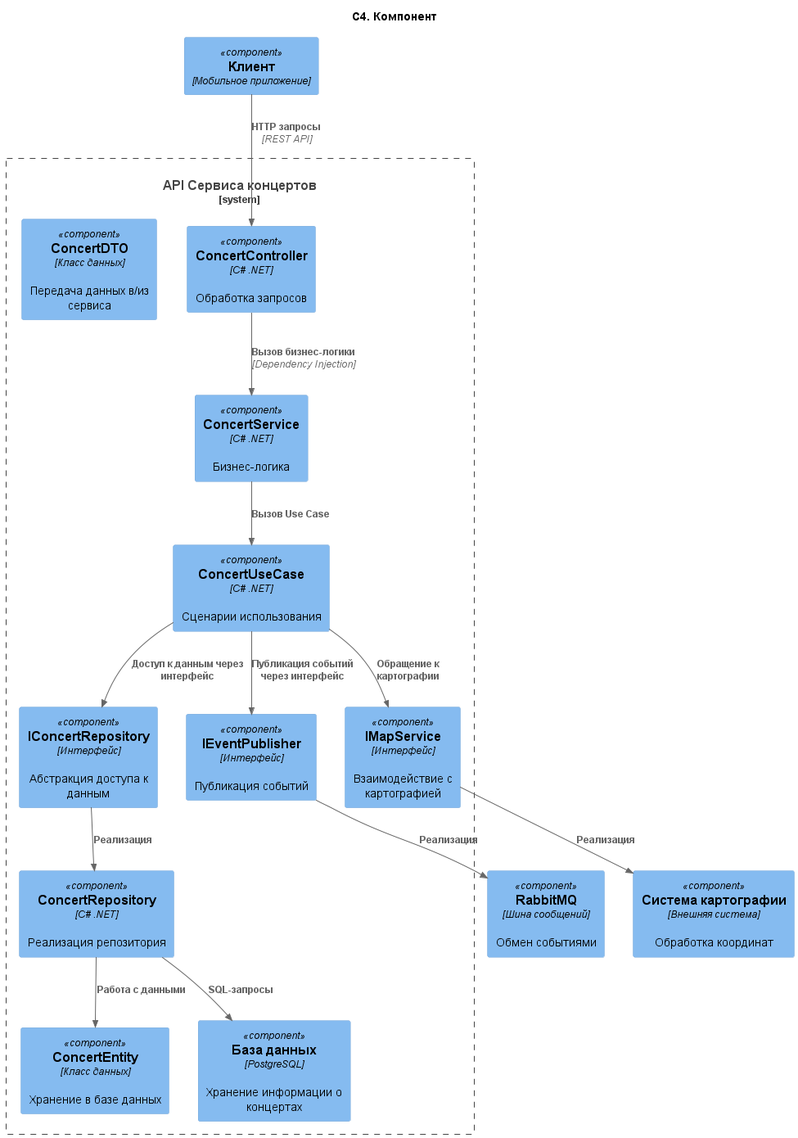
amfunNylord/rtpo keeps this PlantUML diagram as out/2. Технический проект/3_component/C4. Компонент.png. Above is the earlier version.
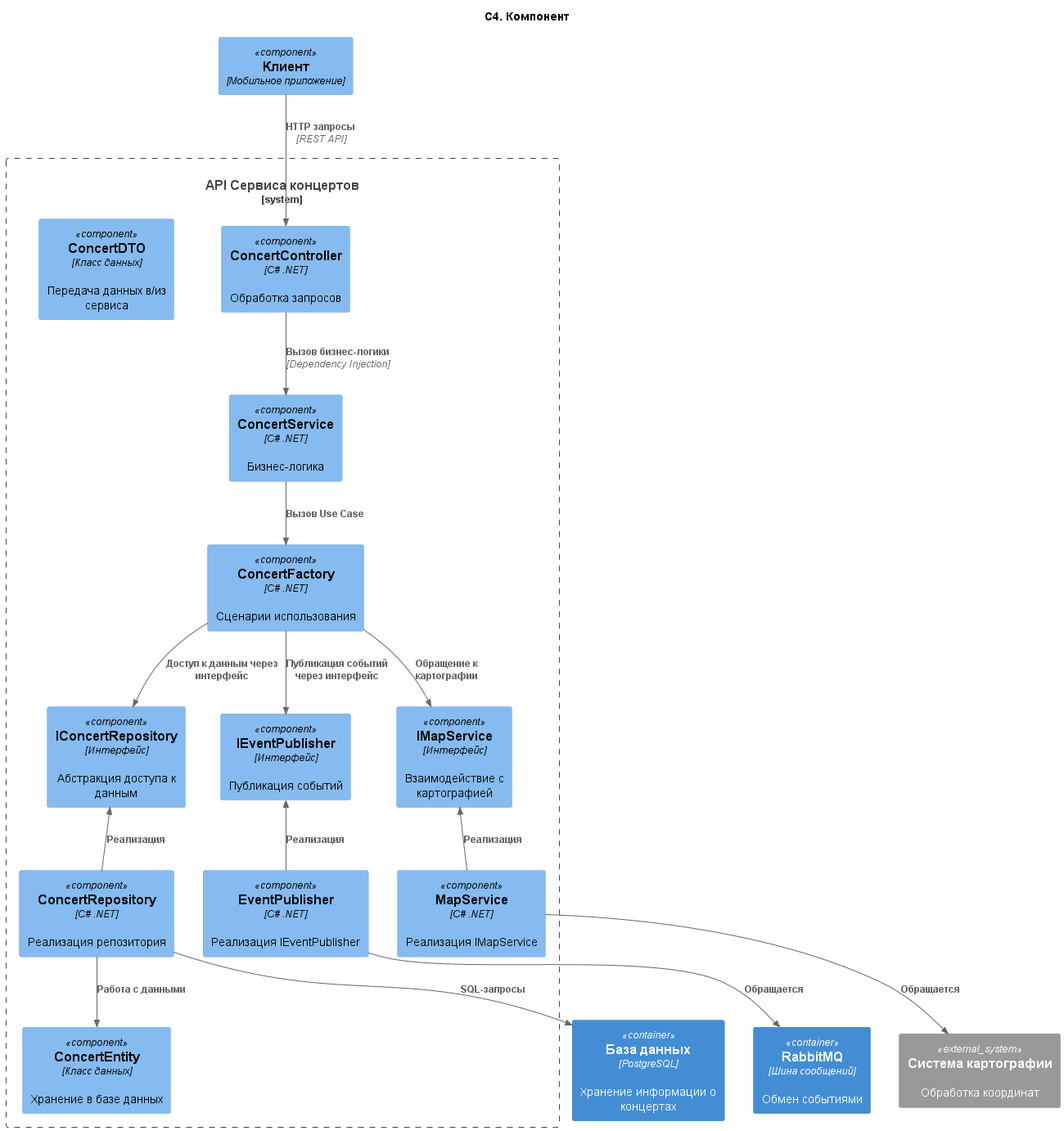
The same file after the commit.

What changed in the source:
```diff
@@ -7,33 +7,37 @@
 System_Boundary(ConcertService_Boundary, "API Сервиса концертов") {
     Component(concertController, "ConcertController", "C# .NET", "Обработка запросов")
     Component(concertService, "ConcertService", "C# .NET", "Бизнес-логика")
-    Component(concertUseCase, "ConcertUseCase", "C# .NET", "Сценарии использования")
+    Component(concertFactory, "ConcertFactory", "C# .NET", "Сценарии использования")
 
     Component(concertRepositoryInterface, "IConcertRepository", "Интерфейс", "Абстракция доступа к данным")
     Component(concertRepository, "ConcertRepository", "C# .NET", "Реализация репозитория")
     Component(concertEntity, "ConcertEntity", "Класс данных", "Хранение в базе данных")
     Component(concertDTO, "ConcertDTO", "Класс данных", "Передача данных в/из сервиса")
-    Component(concertDB, "База данных", "PostgreSQL", "Хранение информации о концертах")
     Component(eventPublisherInterface, "IEventPublisher", "Интерфейс", "Публикация событий")
     Component(mapServiceInterface, "IMapService", "Интерфейс", "Взаимодействие с картографией")
+    Component(eventPublisher, "EventPublisher", "C# .NET", "Реализация IEventPublisher")
+    Component(mapService, "MapService", "C# .NET", "Реализация IMapService")
 }
-
-Component(mapSystem, "Система картографии", "Внешняя система", "Обработка координат")
-Component(rabbitmq, "RabbitMQ", "Шина сообщений", "Обмен событиями")
+Container(concertDB, "База данных", "PostgreSQL", "Хранение информации о концертах")
+System_Ext(mapSystem, "Система картографии", "Обработка координат")
+Container(rabbitmq, "RabbitMQ", "Шина сообщений", "Обмен событиями")
 
 Rel(concertController, concertService, "Вызов бизнес-логики", "Dependency Injection")
-Rel(concertService, concertUseCase, "Вызов Use Case")
-Rel(concertUseCase, concertRepositoryInterface, "Доступ к данным через интерфейс")
-Rel(concertUseCase, eventPublisherInterface, "Публикация событий через интерфейс")
-Rel(concertUseCase, mapServiceInterface, "Обращение к картографии")
+Rel(concertService, concertFactory, "Вызов Use Case")
+Rel(concertFactory, concertRepositoryInterface, "Доступ к данным через интерфейс")
+Rel(concertFactory, eventPublisherInterface, "Публикация событий через интерфейс")
+Rel(concertFactory, mapServiceInterface, "Обращение к картографии")
 
-Rel(concertRepositoryInterface, concertRepository, "Реализация")
+Rel_U(concertRepository, concertRepositoryInterface, "Реализация")
 Rel(concertRepository, concertEntity, "Работа с данными")
 Rel(concertRepository, concertDB, "SQL-запросы")
-Rel(eventPublisherInterface, rabbitmq, "Реализация")
-Rel(mapServiceInterface, mapSystem, "Реализация")
 
 Component(concertMicroservice, "Клиент", "Мобильное приложение")
 Rel(concertMicroservice, concertController, "HTTP запросы", "REST API")
 
+Rel_U(eventPublisher, eventPublisherInterface, "Реализация")
+Rel(eventPublisher, rabbitmq, "Обращается")
+Rel_U(mapService, mapServiceInterface, "Реализация")
+Rel(mapService, mapSystem, "Обращается")
+
 @enduml
```
